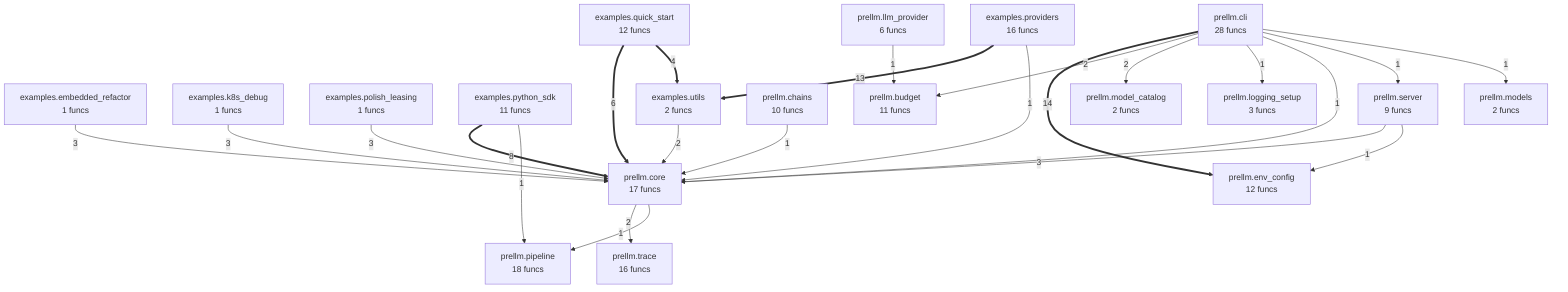
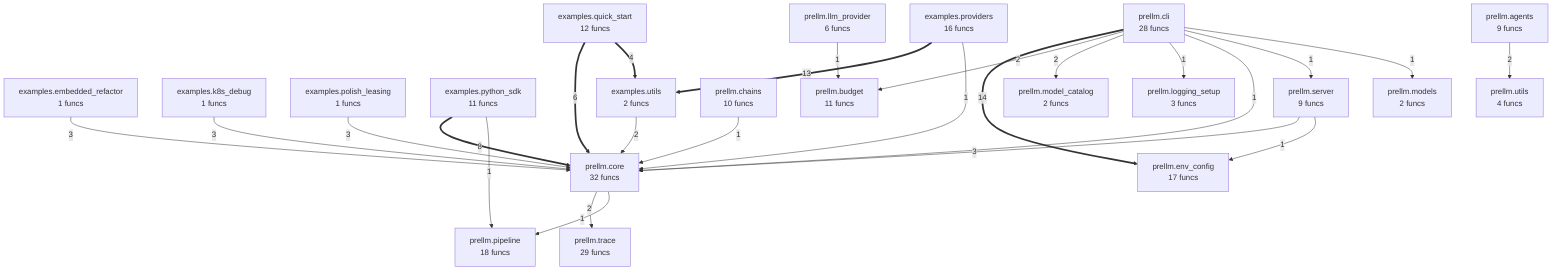
flowchart TD
    examples_embedded_refactor["examples.embedded_refactor<br/>1 funcs"]
    examples_k8s_debug["examples.k8s_debug<br/>1 funcs"]
    examples_polish_leasing["examples.polish_leasing<br/>1 funcs"]
    examples_providers["examples.providers<br/>16 funcs"]
    examples_python_sdk["examples.python_sdk<br/>11 funcs"]
    examples_quick_start["examples.quick_start<br/>12 funcs"]
    examples_utils["examples.utils<br/>2 funcs"]
+     prellm_agents["prellm.agents<br/>9 funcs"]
    prellm_budget["prellm.budget<br/>11 funcs"]
    prellm_chains["prellm.chains<br/>10 funcs"]
    prellm_cli["prellm.cli<br/>28 funcs"]
-     prellm_core["prellm.core<br/>17 funcs"]
-     prellm_env_config["prellm.env_config<br/>12 funcs"]
+     prellm_core["prellm.core<br/>32 funcs"]
+     prellm_env_config["prellm.env_config<br/>17 funcs"]
    prellm_llm_provider["prellm.llm_provider<br/>6 funcs"]
    prellm_logging_setup["prellm.logging_setup<br/>3 funcs"]
    prellm_model_catalog["prellm.model_catalog<br/>2 funcs"]
    prellm_models["prellm.models<br/>2 funcs"]
    prellm_pipeline["prellm.pipeline<br/>18 funcs"]
    prellm_server["prellm.server<br/>9 funcs"]
-     prellm_trace["prellm.trace<br/>16 funcs"]
+     prellm_trace["prellm.trace<br/>29 funcs"]
+     prellm_utils["prellm.utils<br/>4 funcs"]
    prellm_cli ==>|14| prellm_env_config
    examples_providers ==>|13| examples_utils
    examples_python_sdk ==>|8| prellm_core
    examples_quick_start ==>|6| prellm_core
    examples_quick_start ==>|4| examples_utils
    examples_polish_leasing -->|3| prellm_core
    examples_k8s_debug -->|3| prellm_core
    examples_embedded_refactor -->|3| prellm_core
    prellm_server -->|3| prellm_core
    prellm_cli -->|2| prellm_budget
    prellm_cli -->|2| prellm_model_catalog
    prellm_core -->|2| prellm_trace
+     prellm_agents -->|2| prellm_utils
    examples_utils -->|2| prellm_core
    examples_providers -->|1| prellm_core
    examples_python_sdk -->|1| prellm_pipeline
    prellm_cli -->|1| prellm_logging_setup
    prellm_cli -->|1| prellm_core
    prellm_cli -->|1| prellm_server
    prellm_cli -->|1| prellm_models
    prellm_server -->|1| prellm_env_config
    prellm_llm_provider -->|1| prellm_budget
    prellm_core -->|1| prellm_pipeline
    prellm_chains -->|1| prellm_core
